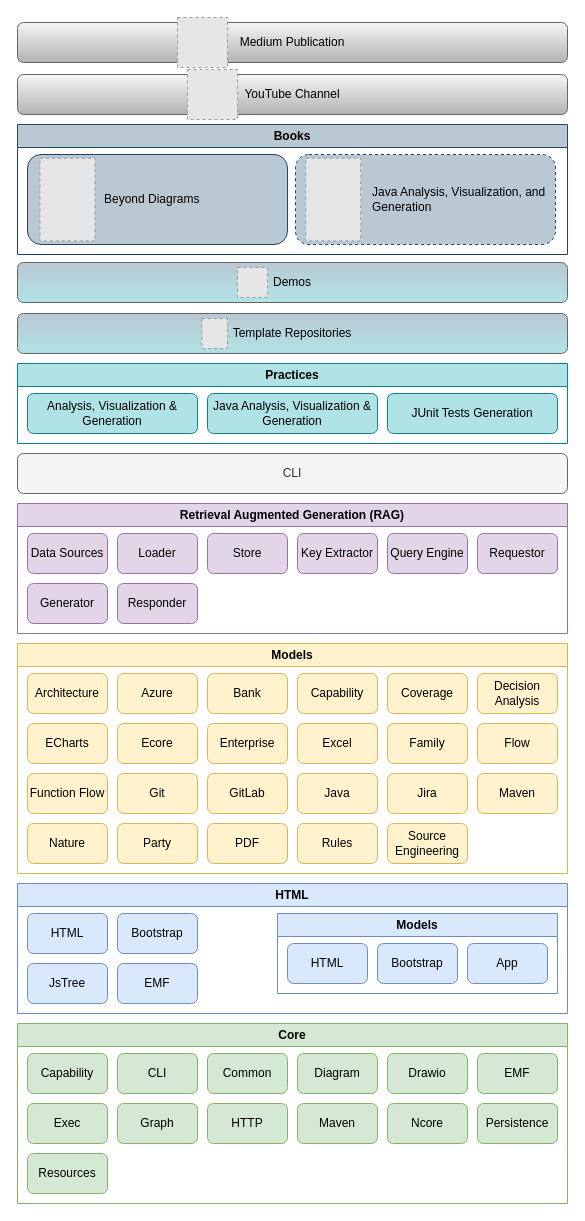
The draw.io diagram model/nasdanika.drawio in Nasdanika/nasdanika.github.io, before the edit. Source tidied: cells renumbered, new cells numbered last; positions are measured from the earlier drawing's top-left corner, leaving out a move shared by most shapes. Both pictures are drawn from the tidied source at 100%, with x=0, y=0 at pixel (17, 17). Pictures stored in the file or linked from it are replaced by grey dashed boxes.
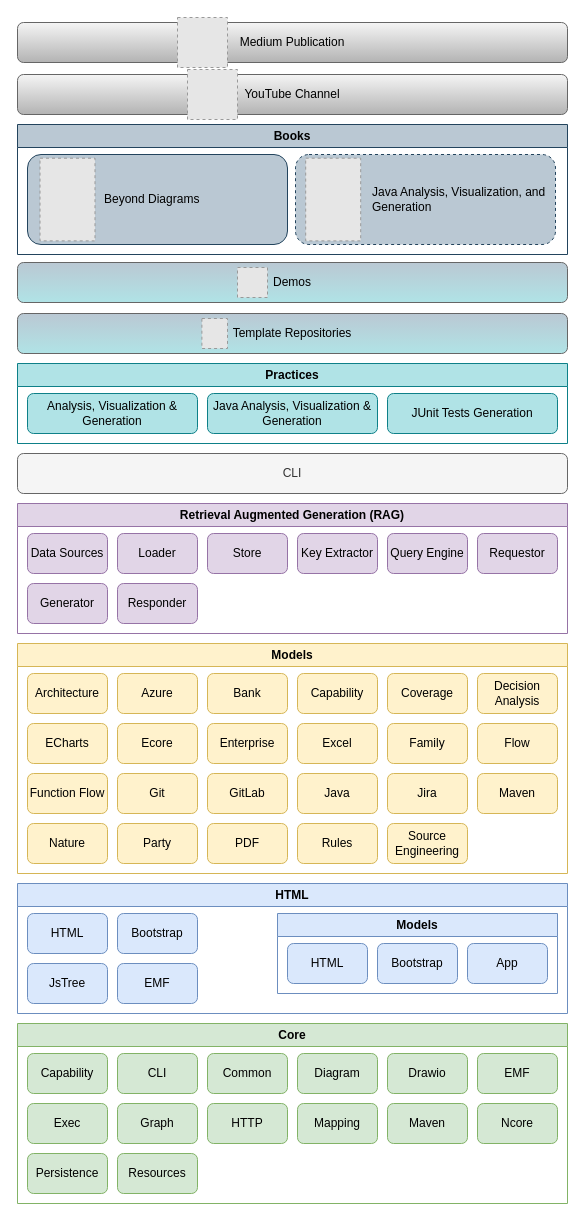
The same page after the edit.

Commit message (it also covers changes not shown here):
Mapping work in progress

Unchanged cells that the change refers to:
```xml
<mxCell id="2" value="Core" style="swimlane;whiteSpace=wrap;html=1;fillColor=#d5e8d4;strokeColor=#82b366;" parent="1" vertex="1">
  <mxGeometry y="1006" width="550" height="180" as="geometry" />
</mxCell>
```

Change to the diagram source:
```diff
@@
     <mxCell id="4" value="Resources" style="rounded=1;whiteSpace=wrap;html=1;fillColor=#d5e8d4;strokeColor=#82b366;" parent="2" vertex="1">
-      <mxGeometry x="10" y="130" width="80" height="40" as="geometry" />
+      <mxGeometry x="100" y="130" width="80" height="40" as="geometry" />
     </mxCell>
     <mxCell id="5" value="Persistence" style="rounded=1;whiteSpace=wrap;html=1;fillColor=#d5e8d4;strokeColor=#82b366;" parent="2" vertex="1">
-      <mxGeometry x="460" y="80" width="80" height="40" as="geometry" />
+      <mxGeometry x="10" y="130" width="80" height="40" as="geometry" />
     </mxCell>
     <mxCell id="6" value="Ncore" style="rounded=1;whiteSpace=wrap;html=1;fillColor=#d5e8d4;strokeColor=#82b366;" parent="2" vertex="1">
-      <mxGeometry x="370" y="80" width="80" height="40" as="geometry" />
+      <mxGeometry x="460" y="80" width="80" height="40" as="geometry" />
     </mxCell>
@@
     <mxCell id="12" value="Maven" style="rounded=1;whiteSpace=wrap;html=1;fillColor=#d5e8d4;strokeColor=#82b366;" parent="2" vertex="1">
-      <mxGeometry x="280" y="80" width="80" height="40" as="geometry" />
+      <mxGeometry x="370" y="80" width="80" height="40" as="geometry" />
     </mxCell>
@@
+    <mxCell id="76" value="Mapping" style="rounded=1;whiteSpace=wrap;html=1;fillColor=#d5e8d4;strokeColor=#82b366;" parent="2" vertex="1">
+      <mxGeometry x="280" y="80" width="80" height="40" as="geometry" />
+    </mxCell>
```
